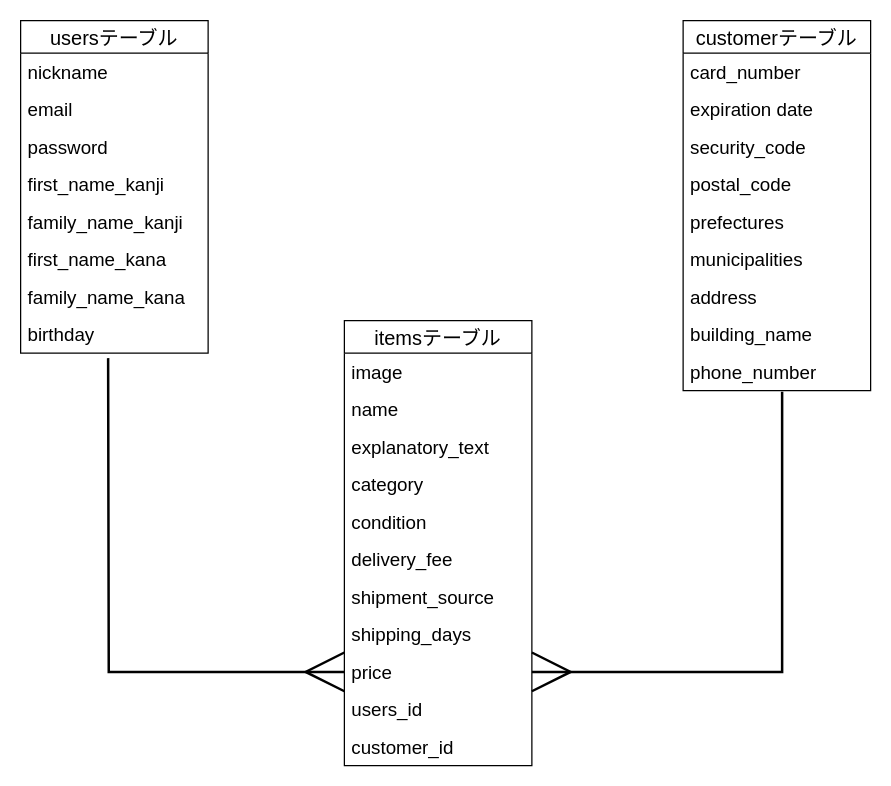
taro-sakakibara/furima_31998 keeps this draw.io diagram as er.dio. Above is the earlier version. Source tidied: cells renumbered, new cells numbered last; positions are measured from the earlier drawing's top-left corner, leaving out a move shared by most shapes. Both pictures are drawn from the tidied source at 125%, with x=0, y=0 at pixel (20, 20).
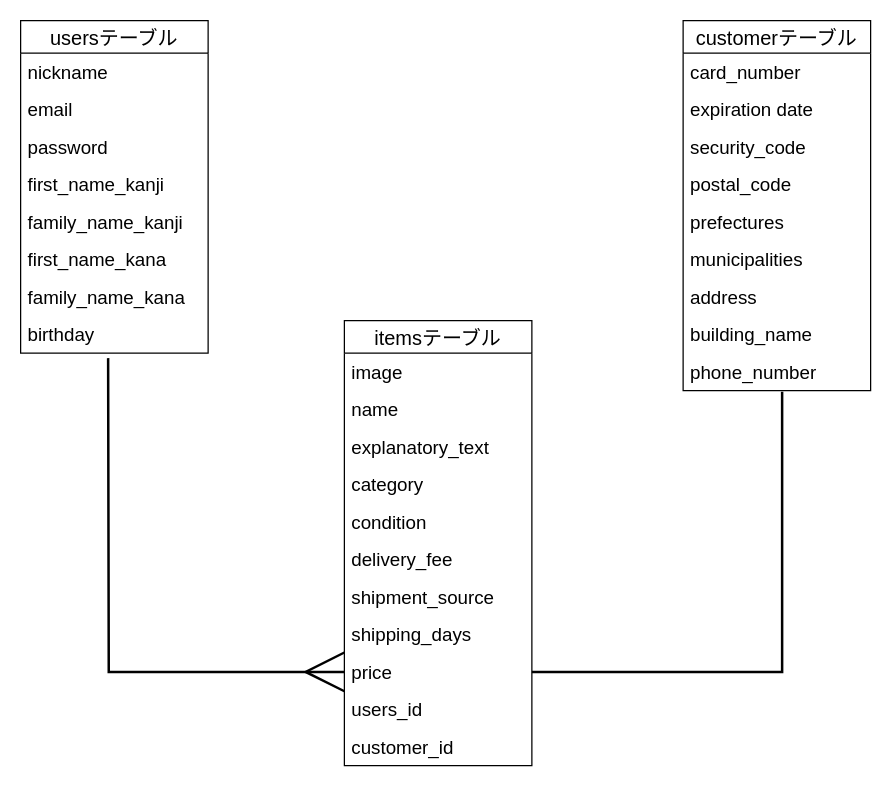
After the change.

Unchanged cells that the change refers to:
```xml
<mxCell id="20" value="phone_number" style="text;strokeColor=none;fillColor=none;spacingLeft=4;spacingRight=4;overflow=hidden;points=[[0,0.5],[1,0.5]];portConstraint=eastwest;fontSize=15;" parent="11" vertex="1">
  <mxGeometry y="266" width="150" height="30" as="geometry" />
</mxCell>
<mxCell id="32" value="price" style="text;strokeColor=none;fillColor=none;spacingLeft=4;spacingRight=4;overflow=hidden;points=[[0,0.5],[1,0.5]];portConstraint=eastwest;fontSize=15;" parent="23" vertex="1">
  <mxGeometry y="266" width="150" height="30" as="geometry" />
</mxCell>
```

What changed in the source:
```diff
@@
-    <mxCell id="21" style="edgeStyle=orthogonalEdgeStyle;rounded=0;jumpSize=6;jettySize=auto;html=1;exitX=1;exitY=0.5;exitDx=0;exitDy=0;entryX=0.528;entryY=1.027;entryDx=0;entryDy=0;entryPerimeter=0;startArrow=ERmany;startFill=0;startSize=28;sourcePerimeterSpacing=0;endArrow=none;endFill=0;endSize=28;targetPerimeterSpacing=0;strokeWidth=2;fontSize=15;" parent="1" edge="1" source="32" target="20">
+    <mxCell id="21" style="edgeStyle=orthogonalEdgeStyle;rounded=0;jumpSize=6;jettySize=auto;html=1;exitX=1;exitY=0.5;exitDx=0;exitDy=0;entryX=0.528;entryY=1.027;entryDx=0;entryDy=0;entryPerimeter=0;startArrow=none;startFill=0;startSize=28;sourcePerimeterSpacing=0;endArrow=none;endFill=0;endSize=28;targetPerimeterSpacing=0;strokeWidth=2;fontSize=15;" parent="1" edge="1" source="32" target="20">
       <mxGeometry relative="1" as="geometry" />
     </mxCell>
```
